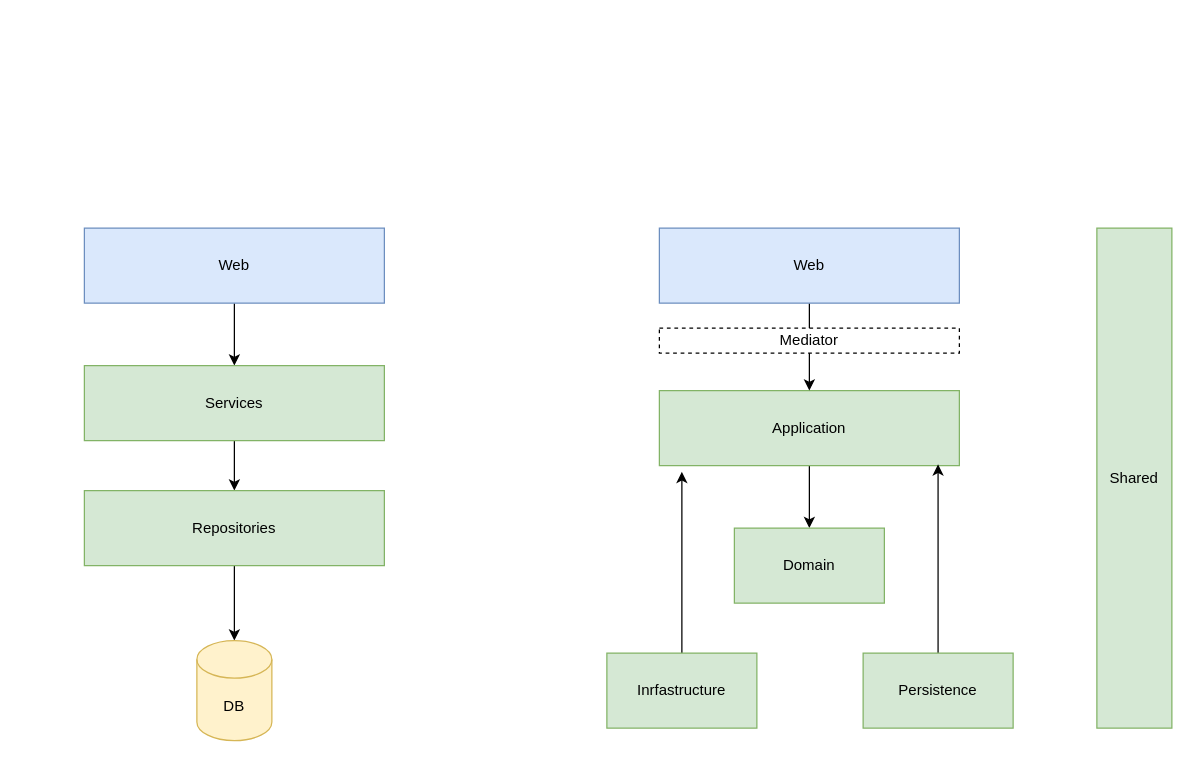
u99tomas/Admegatest keeps this draw.io diagram as docs/Diagrams/Clean vs Traditional.drawio. Above is the earlier version. Source tidied: cells renumbered, new cells numbered last; positions are measured from the earlier drawing's top-left corner, leaving out a move shared by most shapes. Both pictures are drawn from the tidied source at 125%, with x=0, y=0 at pixel (84, 228).
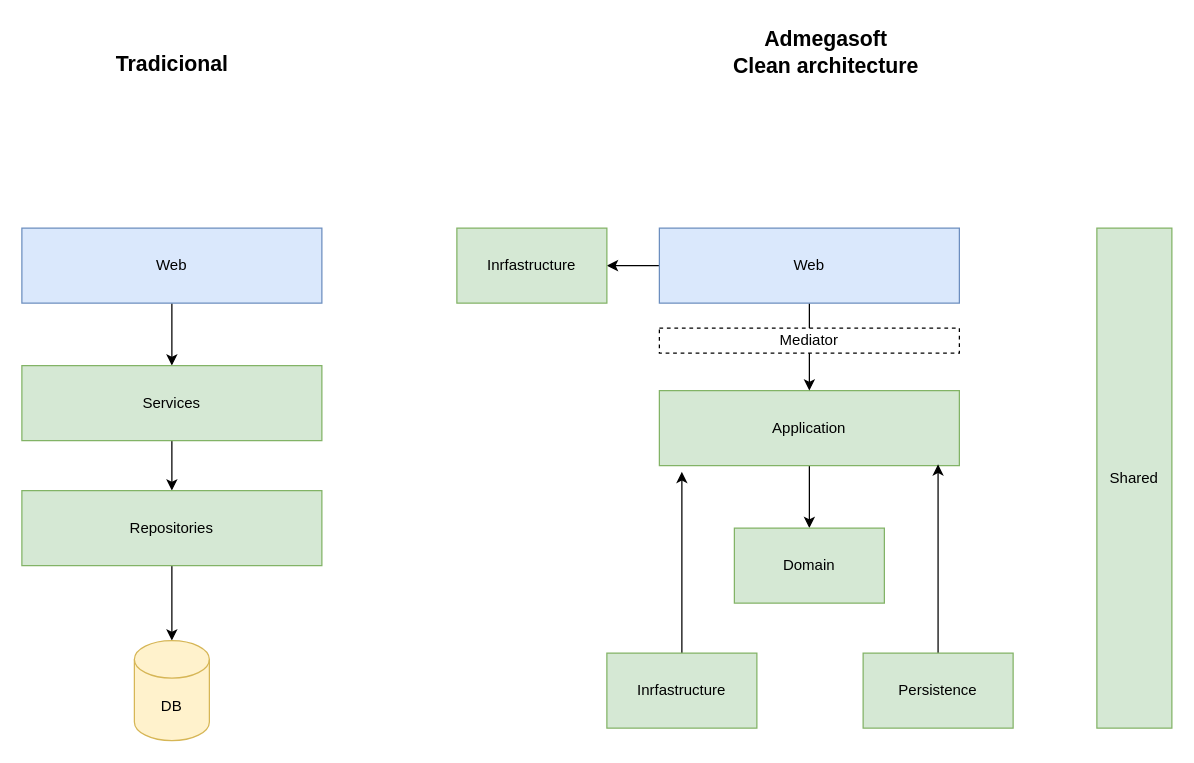
The same page after the edit.

The change refers to these unchanged cells:
```xml
<mxCell id="5" value="Web" style="whiteSpace=wrap;html=1;fillColor=#dae8fc;strokeColor=#6c8ebf;" parent="1" vertex="1">
  <mxGeometry x="460" width="240" height="60" as="geometry" />
</mxCell>
```

What changed in the source:
```diff
@@
+    <mxCell id="20" style="edgeStyle=orthogonalEdgeStyle;rounded=0;jettySize=auto;html=1;" parent="1" edge="1" source="5" target="21">
+      <mxGeometry relative="1" as="geometry" />
+    </mxCell>
@@
     <mxCell id="13" value="Web" style="whiteSpace=wrap;html=1;fillColor=#dae8fc;strokeColor=#6c8ebf;" parent="1" vertex="1">
-      <mxGeometry width="240" height="60" as="geometry" />
+      <mxGeometry x="-50" width="240" height="60" as="geometry" />
     </mxCell>
@@
     <mxCell id="15" value="Services" style="rounded=0;whiteSpace=wrap;html=1;fillColor=#d5e8d4;strokeColor=#82b366;" parent="1" vertex="1">
-      <mxGeometry y="110" width="240" height="60" as="geometry" />
+      <mxGeometry x="-50" y="110" width="240" height="60" as="geometry" />
     </mxCell>
@@
     <mxCell id="17" value="Repositories" style="rounded=0;whiteSpace=wrap;html=1;fillColor=#d5e8d4;strokeColor=#82b366;" parent="1" vertex="1">
-      <mxGeometry y="210" width="240" height="60" as="geometry" />
+      <mxGeometry x="-50" y="210" width="240" height="60" as="geometry" />
     </mxCell>
     <mxCell id="18" value="DB" style="shape=cylinder3;whiteSpace=wrap;html=1;boundedLbl=1;backgroundOutline=1;size=15;fillColor=#fff2cc;strokeColor=#d6b656;" parent="1" vertex="1">
-      <mxGeometry x="90" y="330" width="60" height="80" as="geometry" />
+      <mxGeometry x="40" y="330" width="60" height="80" as="geometry" />
     </mxCell>
@@
+    <mxCell id="21" value="Inrfastructure" style="whiteSpace=wrap;html=1;fillColor=#d5e8d4;strokeColor=#82b366;" parent="1" vertex="1">
+      <mxGeometry x="298" width="120" height="60" as="geometry" />
+    </mxCell>
+    <mxCell id="22" value="Tradicional" style="text;html=1;align=center;verticalAlign=middle;strokeColor=none;fillColor=none;fontStyle=1;fontSize=17;" parent="1" vertex="1">
+      <mxGeometry x="15" y="-145" width="110" height="30" as="geometry" />
+    </mxCell>
+    <mxCell id="23" value="Admegasoft&lt;br&gt;Clean architecture" style="text;html=1;align=center;verticalAlign=middle;strokeColor=none;fillColor=none;fontStyle=1;fontSize=17;" parent="1" vertex="1">
+      <mxGeometry x="513" y="-165" width="160" height="50" as="geometry" />
+    </mxCell>
```
